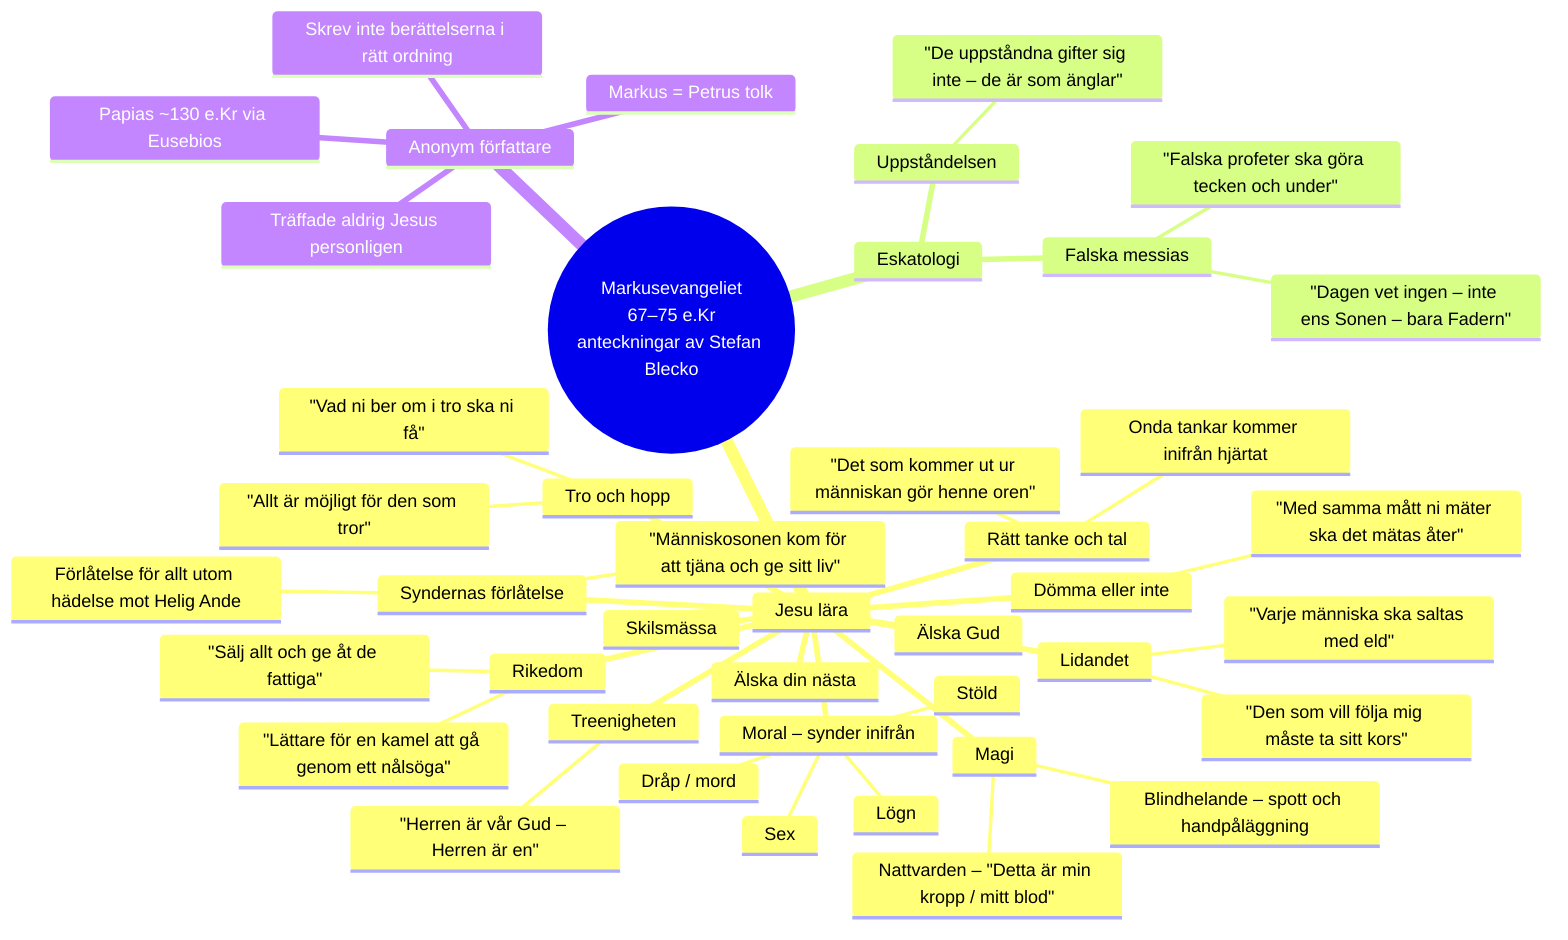
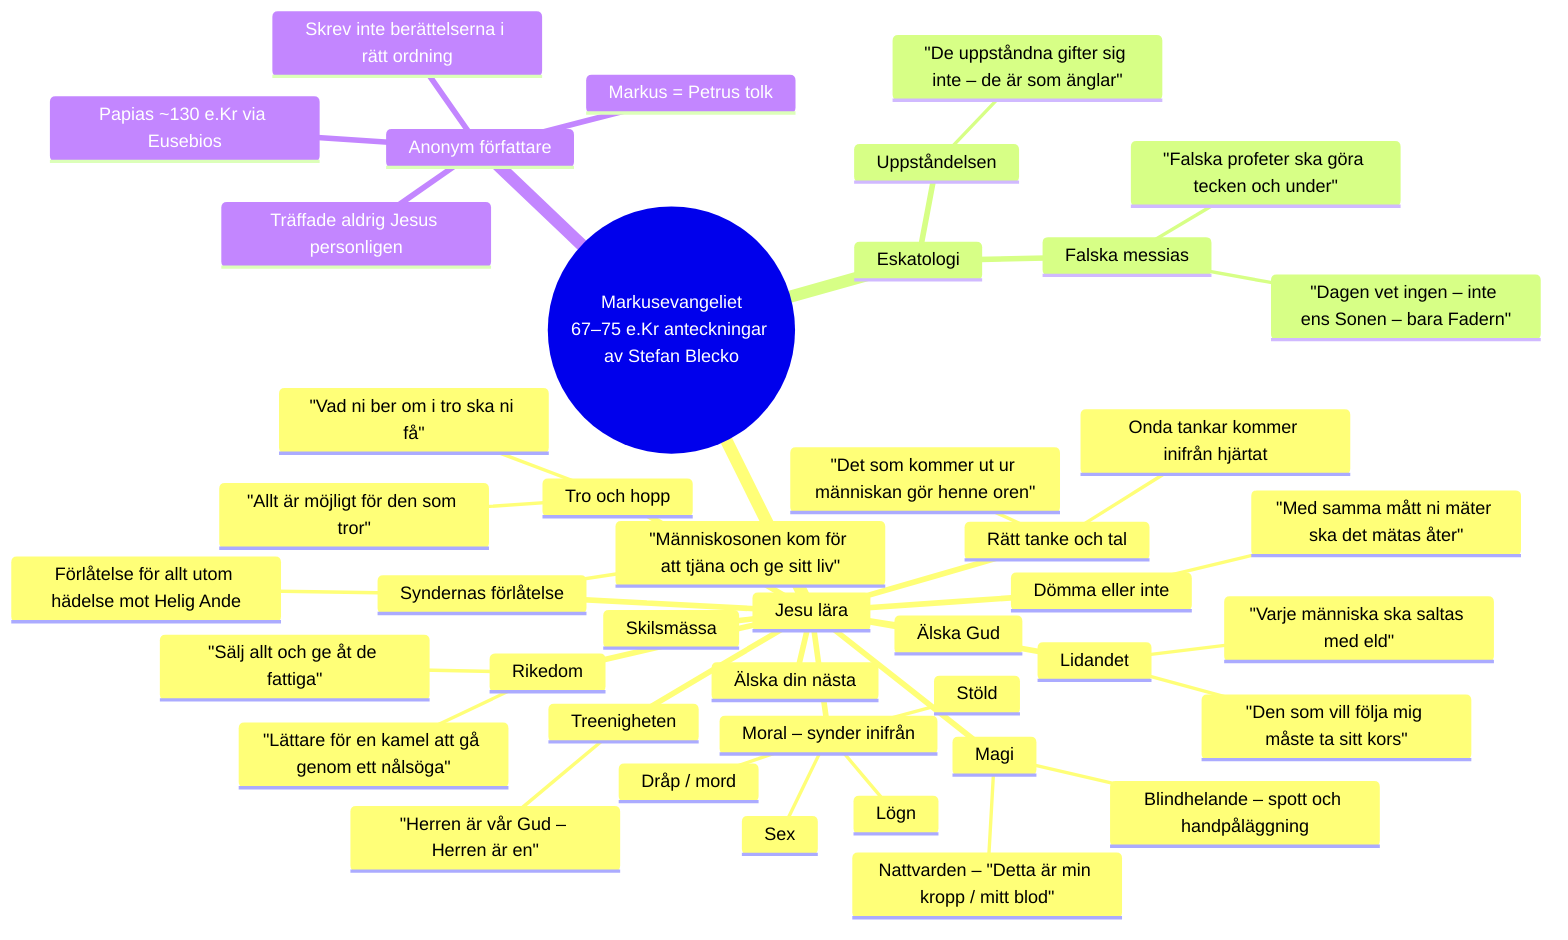
mindmap
  root((Markusevangeliet
-     67–75 e.Kr
- anteckningar av Stefan Blecko))
+     67–75 e.Kr anteckningar av Stefan Blecko))
    Jesu lära
      Magi
        Nattvarden – "Detta är min kropp / mitt blod"
        Blindhelande – spott och handpåläggning
      Lidandet
        "Den som vill följa mig måste ta sitt kors"
        "Varje människa ska saltas med eld"
      Skilsmässa
      Treenigheten
        "Herren är vår Gud – Herren är en"
      Syndernas förlåtelse
        "Människosonen kom för att tjäna och ge sitt liv"
        Förlåtelse för allt utom hädelse mot Helig Ande
      Rätt tanke och tal
        "Det som kommer ut ur människan gör henne oren"
        Onda tankar kommer inifrån hjärtat
      Tro och hopp
        "Allt är möjligt för den som tror"
        "Vad ni ber om i tro ska ni få"
      Dömma eller inte
        "Med samma mått ni mäter ska det mätas åter"
      Älska Gud
      Älska din nästa
      Rikedom
        "Sälj allt och ge åt de fattiga"
        "Lättare för en kamel att gå genom ett nålsöga"
      Moral – synder inifrån
        Dråp / mord
        Sex
        Stöld
        Lögn
    Eskatologi
      Uppståndelsen
        "De uppståndna gifter sig inte – de är som änglar"
      Falska messias
        "Falska profeter ska göra tecken och under"
        "Dagen vet ingen – inte ens Sonen – bara Fadern"
    Anonym författare
      Papias ~130 e.Kr via Eusebios
      Markus = Petrus tolk
      Träffade aldrig Jesus personligen
      Skrev inte berättelserna i rätt ordning
